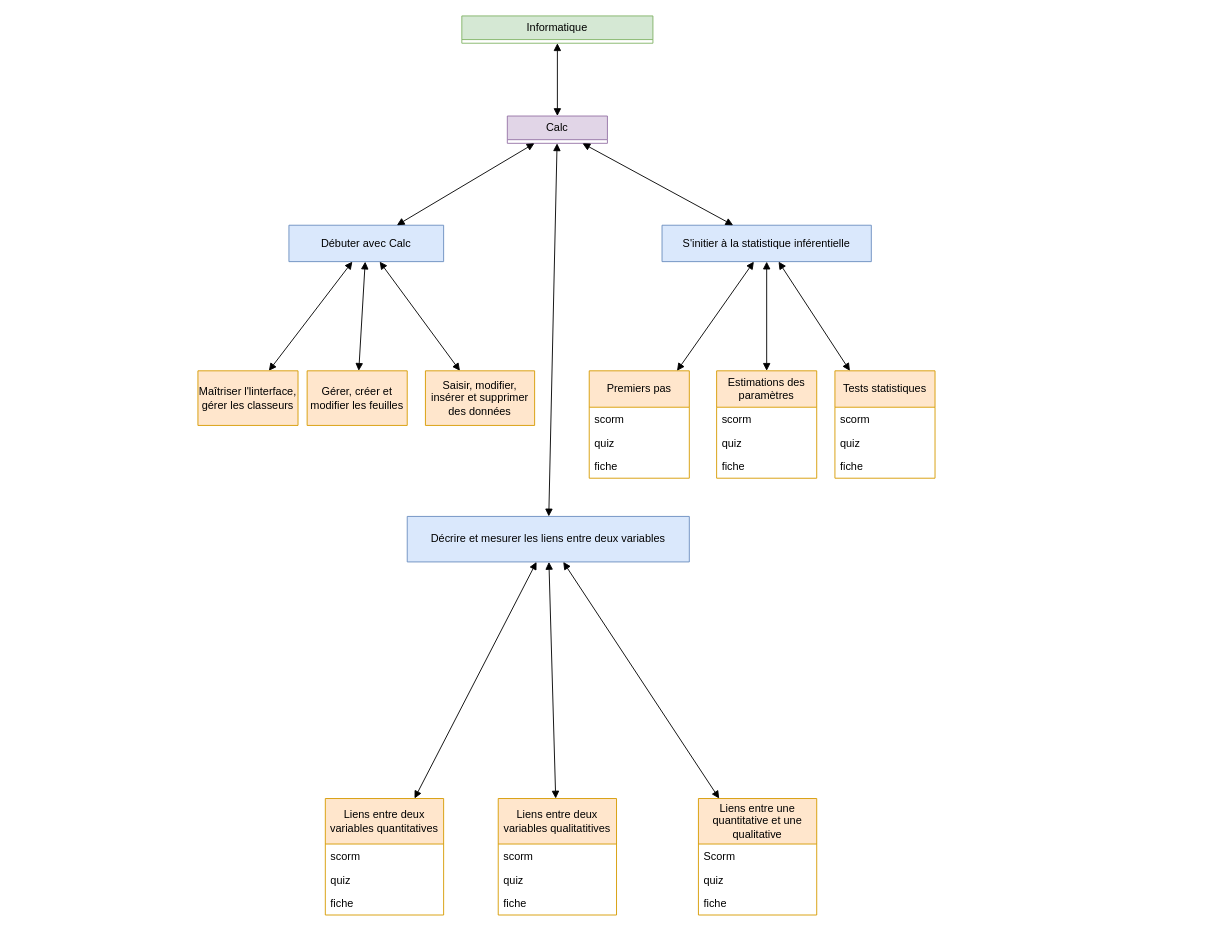
The draw.io diagram Calc.drawio in jean-seb-2106/pythontest, before the edit. Source tidied: cells renumbered, new cells numbered last; positions are measured from the earlier drawing's top-left corner, leaving out a move shared by most shapes. Both pictures are drawn from the tidied source at 91%, with x=0, y=0 at pixel (197, 15).
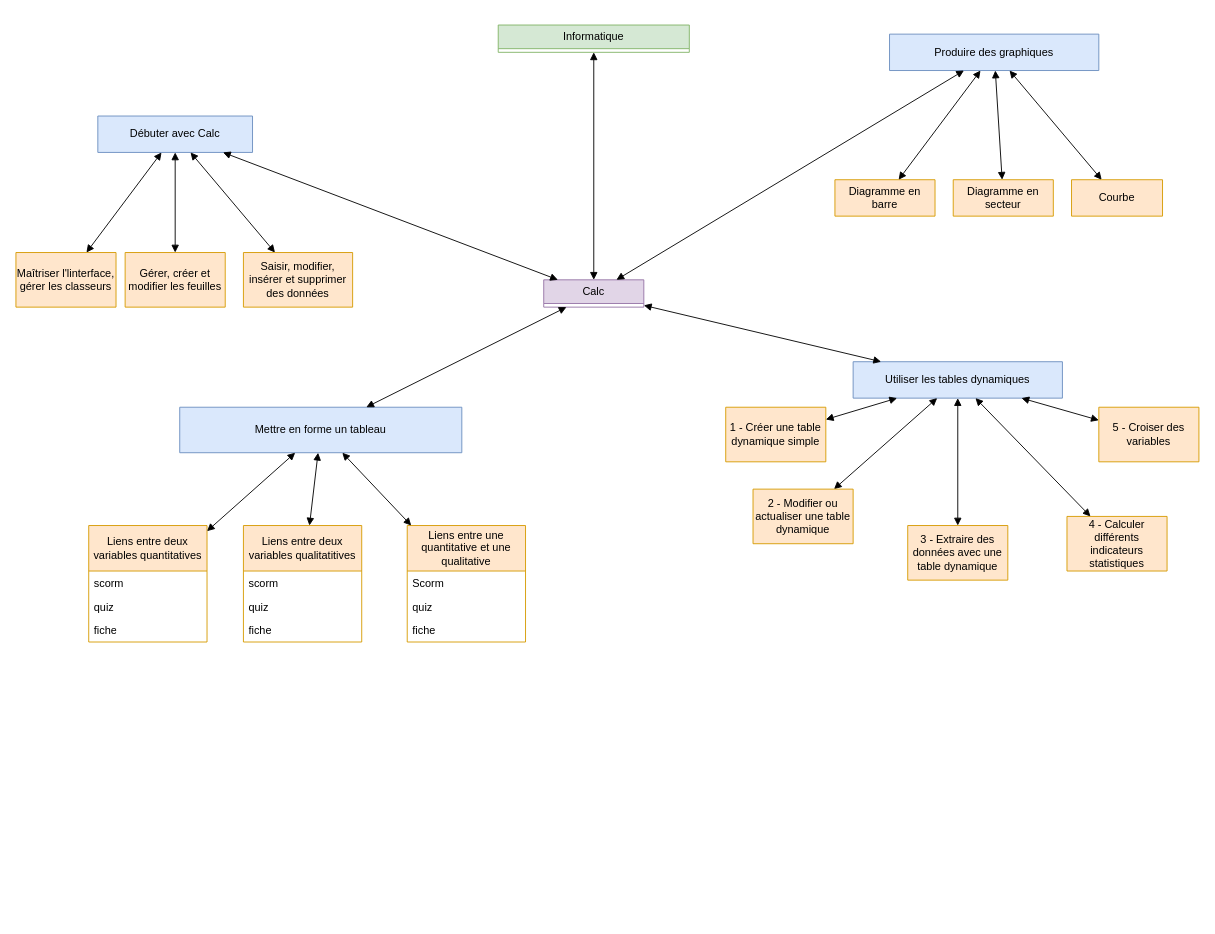
Above is the later version.

Commit message (it also covers changes not shown here):
Mettre à jour Calc.drawio

Change to the diagram source:
```diff
@@
     <mxCell id="2" value="Calc" style="swimlane;fontStyle=0;horizontal=1;startSize=26;fillColor=#e1d5e7;whiteSpace=wrap;html=1;strokeColor=#9673a6;" parent="1" vertex="1" collapsed="1">
-      <mxGeometry x="340" y="110" width="110" height="30" as="geometry" />
+      <mxGeometry x="380" y="290" width="110" height="30" as="geometry" />
     </mxCell>
@@
     <mxCell id="4" value="Informatique" style="swimlane;fontStyle=0;horizontal=1;startSize=26;fillColor=#d5e8d4;whiteSpace=wrap;html=1;strokeColor=#82b366;" parent="1" vertex="1" collapsed="1">
-      <mxGeometry x="290" width="210" height="30" as="geometry" />
+      <mxGeometry x="330" y="10" width="210" height="30" as="geometry" />
     </mxCell>
     <mxCell id="5" value="Débuter avec Calc" style="swimlane;fontStyle=0;horizontal=1;startSize=40;fillColor=#dae8fc;whiteSpace=wrap;html=1;strokeColor=#6c8ebf;" parent="1" vertex="1" collapsed="1">
-      <mxGeometry x="100" y="230" width="170" height="40" as="geometry" />
+      <mxGeometry x="-110" y="110" width="170" height="40" as="geometry" />
     </mxCell>
@@
-    <mxCell id="7" value="Décrire et mesurer les liens entre deux variables" style="swimlane;fontStyle=0;horizontal=1;startSize=50;fillColor=#dae8fc;whiteSpace=wrap;html=1;strokeColor=#6c8ebf;" parent="1" vertex="1" collapsed="1">
-      <mxGeometry x="230" y="550" width="310" height="50" as="geometry" />
+    <mxCell id="7" value="Mettre en forme un tableau" style="swimlane;fontStyle=0;horizontal=1;startSize=50;fillColor=#dae8fc;whiteSpace=wrap;html=1;strokeColor=#6c8ebf;" parent="1" vertex="1" collapsed="1">
+      <mxGeometry x="-20" y="430" width="310" height="50" as="geometry" />
     </mxCell>
-    <mxCell id="8" value="S'initier à la statistique inférentielle" style="swimlane;fontStyle=0;horizontal=1;startSize=40;fillColor=#dae8fc;whiteSpace=wrap;html=1;strokeColor=#6c8ebf;" parent="1" vertex="1" collapsed="1">
-      <mxGeometry x="510" y="230" width="230" height="40" as="geometry" />
+    <mxCell id="8" value="Produire des graphiques" style="swimlane;fontStyle=0;horizontal=1;startSize=40;fillColor=#dae8fc;whiteSpace=wrap;html=1;strokeColor=#6c8ebf;" parent="1" vertex="1" collapsed="1">
+      <mxGeometry x="760" y="20" width="230" height="40" as="geometry" />
     </mxCell>
@@
     <mxCell id="14" value="Maîtriser l'linterface, gérer les classeurs" style="swimlane;fontStyle=0;horizontal=1;startSize=60;fillColor=#ffe6cc;whiteSpace=wrap;html=1;strokeColor=#d79b00;" parent="1" vertex="1" collapsed="1">
-      <mxGeometry y="390" width="110" height="60" as="geometry" />
+      <mxGeometry x="-200" y="260" width="110" height="60" as="geometry" />
     </mxCell>
     <mxCell id="15" value="Saisir, modifier, insérer et supprimer des données" style="swimlane;fontStyle=0;horizontal=1;startSize=60;fillColor=#ffe6cc;whiteSpace=wrap;html=1;strokeColor=#d79b00;" parent="1" vertex="1" collapsed="1">
-      <mxGeometry x="250" y="390" width="120" height="60" as="geometry" />
+      <mxGeometry x="50" y="260" width="120" height="60" as="geometry" />
     </mxCell>
     <mxCell id="16" value="Gérer, créer et modifier les feuilles" style="swimlane;fontStyle=0;horizontal=1;startSize=60;fillColor=#ffe6cc;whiteSpace=wrap;html=1;strokeColor=#d79b00;" parent="1" vertex="1" collapsed="1">
-      <mxGeometry x="120" y="390" width="110" height="60" as="geometry" />
+      <mxGeometry x="-80" y="260" width="110" height="60" as="geometry" />
     </mxCell>
     <mxCell id="17" value="Liens entre deux variables quantitatives" style="swimlane;fontStyle=0;horizontal=1;startSize=50;fillColor=#ffe6cc;whiteSpace=wrap;html=1;strokeColor=#d79b00;" parent="1" vertex="1">
-      <mxGeometry x="140" y="860" width="130" height="128" as="geometry" />
+      <mxGeometry x="-120" y="560" width="130" height="128" as="geometry" />
     </mxCell>
@@
     <mxCell id="21" value="Liens entre deux variables qualitatitives" style="swimlane;fontStyle=0;horizontal=1;startSize=50;fillColor=#ffe6cc;whiteSpace=wrap;html=1;strokeColor=#d79b00;" parent="1" vertex="1">
-      <mxGeometry x="330" y="860" width="130" height="128" as="geometry" />
+      <mxGeometry x="50" y="560" width="130" height="128" as="geometry" />
     </mxCell>
@@
     <mxCell id="25" value="Liens entre une quantitative et une qualitative" style="swimlane;fontStyle=0;horizontal=1;startSize=50;fillColor=#ffe6cc;whiteSpace=wrap;html=1;strokeColor=#d79b00;" parent="1" vertex="1">
-      <mxGeometry x="550" y="860" width="130" height="128" as="geometry" />
+      <mxGeometry x="230" y="560" width="130" height="128" as="geometry" />
     </mxCell>
@@
-    <mxCell id="32" value="Premiers pas" style="swimlane;fontStyle=0;horizontal=1;startSize=40;fillColor=#ffe6cc;whiteSpace=wrap;html=1;strokeColor=#d79b00;" parent="1" vertex="1">
-      <mxGeometry x="430" y="390" width="110" height="118" as="geometry" />
+    <mxCell id="32" value="Diagramme en barre" style="swimlane;fontStyle=0;horizontal=1;startSize=40;fillColor=#ffe6cc;whiteSpace=wrap;html=1;strokeColor=#d79b00;" parent="1" vertex="1" collapsed="1">
+      <mxGeometry x="700" y="180" width="110" height="40" as="geometry" />
     </mxCell>
-    <mxCell id="33" value="scorm" style="text;strokeColor=none;fillColor=none;align=left;verticalAlign=top;spacingLeft=4;spacingRight=4;overflow=hidden;whiteSpace=wrap;html=1;" parent="32" vertex="1">
-      <mxGeometry y="40" width="110" height="26" as="geometry" />
-    </mxCell>
-    <mxCell id="34" value="quiz" style="text;strokeColor=none;fillColor=none;align=left;verticalAlign=top;spacingLeft=4;spacingRight=4;overflow=hidden;whiteSpace=wrap;html=1;" parent="32" vertex="1">
-      <mxGeometry y="66" width="110" height="26" as="geometry" />
-    </mxCell>
-    <mxCell id="35" value="fiche" style="text;strokeColor=none;fillColor=none;align=left;verticalAlign=top;spacingLeft=4;spacingRight=4;overflow=hidden;whiteSpace=wrap;html=1;" parent="32" vertex="1">
-      <mxGeometry y="92" width="110" height="26" as="geometry" />
-    </mxCell>
-    <mxCell id="36" value="Estimations des paramètres" style="swimlane;fontStyle=0;horizontal=1;startSize=40;fillColor=#ffe6cc;whiteSpace=wrap;html=1;strokeColor=#d79b00;" parent="1" vertex="1">
-      <mxGeometry x="570" y="390" width="110" height="118" as="geometry" />
+    <mxCell id="36" value="Diagramme en secteur" style="swimlane;fontStyle=0;horizontal=1;startSize=40;fillColor=#ffe6cc;whiteSpace=wrap;html=1;strokeColor=#d79b00;" parent="1" vertex="1" collapsed="1">
+      <mxGeometry x="830" y="180" width="110" height="40" as="geometry" />
     </mxCell>
-    <mxCell id="37" value="scorm" style="text;strokeColor=none;fillColor=none;align=left;verticalAlign=top;spacingLeft=4;spacingRight=4;overflow=hidden;whiteSpace=wrap;html=1;" parent="36" vertex="1">
-      <mxGeometry y="40" width="110" height="26" as="geometry" />
-    </mxCell>
-    <mxCell id="38" value="quiz" style="text;strokeColor=none;fillColor=none;align=left;verticalAlign=top;spacingLeft=4;spacingRight=4;overflow=hidden;whiteSpace=wrap;html=1;" parent="36" vertex="1">
-      <mxGeometry y="66" width="110" height="26" as="geometry" />
-    </mxCell>
-    <mxCell id="39" value="fiche" style="text;strokeColor=none;fillColor=none;align=left;verticalAlign=top;spacingLeft=4;spacingRight=4;overflow=hidden;whiteSpace=wrap;html=1;" parent="36" vertex="1">
-      <mxGeometry y="92" width="110" height="26" as="geometry" />
-    </mxCell>
-    <mxCell id="40" value="Tests statistiques" style="swimlane;fontStyle=0;horizontal=1;startSize=40;fillColor=#ffe6cc;whiteSpace=wrap;html=1;strokeColor=#d79b00;" parent="1" vertex="1">
-      <mxGeometry x="700" y="390" width="110" height="118" as="geometry" />
+    <mxCell id="40" value="Courbe" style="swimlane;fontStyle=0;horizontal=1;startSize=40;fillColor=#ffe6cc;whiteSpace=wrap;html=1;strokeColor=#d79b00;" parent="1" vertex="1" collapsed="1">
+      <mxGeometry x="960" y="180" width="100" height="40" as="geometry" />
     </mxCell>
-    <mxCell id="41" value="scorm" style="text;strokeColor=none;fillColor=none;align=left;verticalAlign=top;spacingLeft=4;spacingRight=4;overflow=hidden;whiteSpace=wrap;html=1;" parent="40" vertex="1">
-      <mxGeometry y="40" width="110" height="26" as="geometry" />
-    </mxCell>
-    <mxCell id="42" value="quiz" style="text;strokeColor=none;fillColor=none;align=left;verticalAlign=top;spacingLeft=4;spacingRight=4;overflow=hidden;whiteSpace=wrap;html=1;" parent="40" vertex="1">
-      <mxGeometry y="66" width="110" height="26" as="geometry" />
-    </mxCell>
-    <mxCell id="43" value="fiche" style="text;strokeColor=none;fillColor=none;align=left;verticalAlign=top;spacingLeft=4;spacingRight=4;overflow=hidden;whiteSpace=wrap;html=1;" parent="40" vertex="1">
-      <mxGeometry y="92" width="110" height="26" as="geometry" />
-    </mxCell>
@@
+    <mxCell id="47" value="Utiliser les tables dynamiques" style="swimlane;fontStyle=0;horizontal=1;startSize=40;fillColor=#dae8fc;whiteSpace=wrap;html=1;strokeColor=#6c8ebf;" parent="1" vertex="1" collapsed="1">
+      <mxGeometry x="720" y="380" width="230" height="40" as="geometry" />
+    </mxCell>
+    <mxCell id="48" value="1 - Créer une table dynamique simple" style="swimlane;fontStyle=0;horizontal=1;startSize=60;fillColor=#ffe6cc;whiteSpace=wrap;html=1;strokeColor=#d79b00;" parent="1" vertex="1" collapsed="1">
+      <mxGeometry x="580" y="430" width="110" height="60" as="geometry" />
+    </mxCell>
+    <mxCell id="49" style="endArrow=block;startArrow=block;endFill=1;startFill=1;html=1;rounded=0;" parent="1" edge="1" source="47" target="48">
+      <mxGeometry relative="1" as="geometry" />
+    </mxCell>
+    <mxCell id="50" style="endArrow=block;startArrow=block;endFill=1;startFill=1;html=1;rounded=0;" parent="1" edge="1" source="47" target="53">
+      <mxGeometry relative="1" as="geometry" />
+    </mxCell>
+    <mxCell id="51" style="endArrow=block;startArrow=block;endFill=1;startFill=1;html=1;rounded=0;" parent="1" edge="1" source="47" target="54">
+      <mxGeometry relative="1" as="geometry" />
+    </mxCell>
+    <mxCell id="52" style="endArrow=block;startArrow=block;endFill=1;startFill=1;html=1;rounded=0;" parent="1" edge="1" source="2" target="47">
+      <mxGeometry relative="1" as="geometry" />
+    </mxCell>
+    <mxCell id="53" value="2 - Modifier ou actualiser une table dynamique" style="swimlane;fontStyle=0;horizontal=1;startSize=60;fillColor=#ffe6cc;whiteSpace=wrap;html=1;strokeColor=#d79b00;" parent="1" vertex="1" collapsed="1">
+      <mxGeometry x="610" y="520" width="110" height="60" as="geometry" />
+    </mxCell>
+    <mxCell id="54" value="3 - Extraire des données avec une table dynamique" style="swimlane;fontStyle=0;horizontal=1;startSize=60;fillColor=#ffe6cc;whiteSpace=wrap;html=1;strokeColor=#d79b00;" parent="1" vertex="1" collapsed="1">
+      <mxGeometry x="780" y="560" width="110" height="60" as="geometry" />
+    </mxCell>
+    <mxCell id="55" value="4 - Calculer différents indicateurs statistiques" style="swimlane;fontStyle=0;horizontal=1;startSize=60;fillColor=#ffe6cc;whiteSpace=wrap;html=1;strokeColor=#d79b00;" parent="1" vertex="1" collapsed="1">
+      <mxGeometry x="955" y="550" width="110" height="60" as="geometry" />
+    </mxCell>
+    <mxCell id="56" value="5 - Croiser des variables" style="swimlane;fontStyle=0;horizontal=1;startSize=60;fillColor=#ffe6cc;whiteSpace=wrap;html=1;strokeColor=#d79b00;" parent="1" vertex="1" collapsed="1">
+      <mxGeometry x="990" y="430" width="110" height="60" as="geometry" />
+    </mxCell>
+    <mxCell id="57" style="endArrow=block;startArrow=block;endFill=1;startFill=1;html=1;rounded=0;" parent="1" edge="1" source="47" target="55">
+      <mxGeometry relative="1" as="geometry" />
+    </mxCell>
+    <mxCell id="58" style="endArrow=block;startArrow=block;endFill=1;startFill=1;html=1;rounded=0;" parent="1" edge="1" source="47" target="56">
+      <mxGeometry relative="1" as="geometry" />
+    </mxCell>
```
